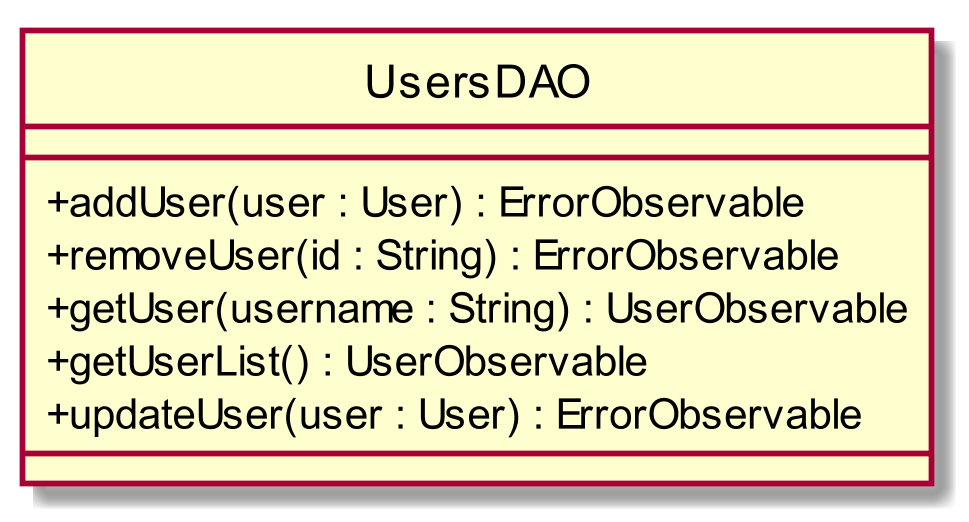
This is RQ/Esterni/DefinizioneDiProdotto/images/ClassUsersDAO.png from CoCodeSWE/Docs, a PlantUML export, as it was before one commit. Its diagram source:
```plantuml
@startuml
scale 1000*1000
skinparam classAttributeIconSize 0
interface UsersDAO
class UsersDAO{
__
+ addUser(user : User) : ErrorObservable
+ removeUser(id : String) : ErrorObservable
+ getUser(username : String) : UserObservable
+ getUserList() : UserObservable
+ updateUser(user : User) : ErrorObservable
__

}
hide circle
@enduml
```
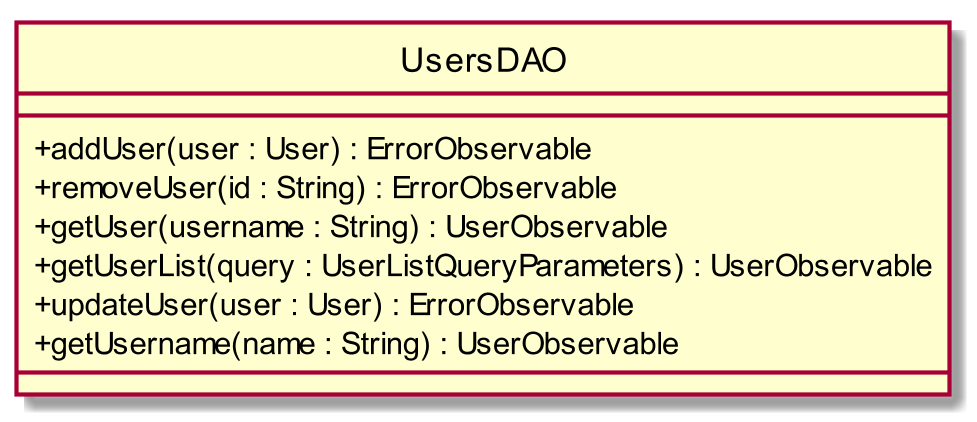
The same diagram one commit later.

What changed in the source:
```diff
@@ -7,8 +7,9 @@
 + addUser(user : User) : ErrorObservable
 + removeUser(id : String) : ErrorObservable
 + getUser(username : String) : UserObservable
-+ getUserList() : UserObservable
++ getUserList(query : UserListQueryParameters) : UserObservable
 + updateUser(user : User) : ErrorObservable
++ getUsername(name : String) : UserObservable
 __
 
 }
```
